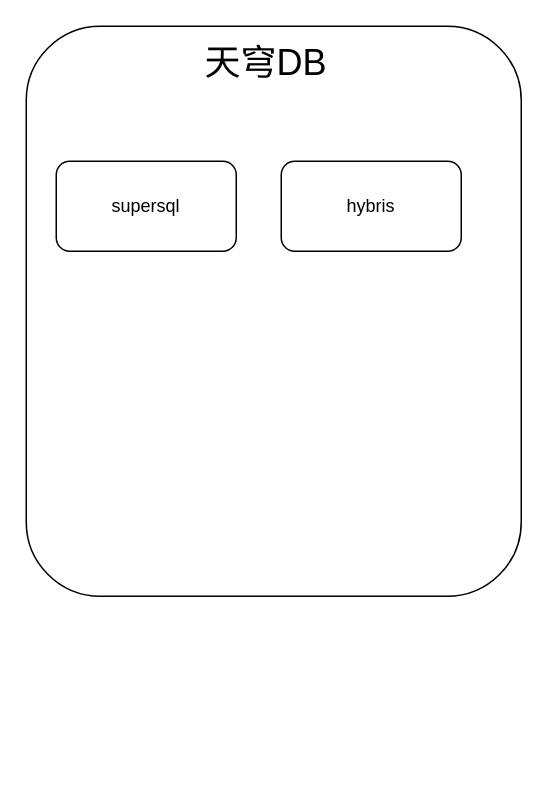
Above: 天穹db.drawio in yuhuali1989/ui (draw.io), before the change. Source tidied: cells renumbered, new cells numbered last; positions are measured from the earlier drawing's top-left corner, leaving out a move shared by most shapes. Both pictures are drawn from the tidied source at 150%, with x=0, y=0 at pixel (26, 26).
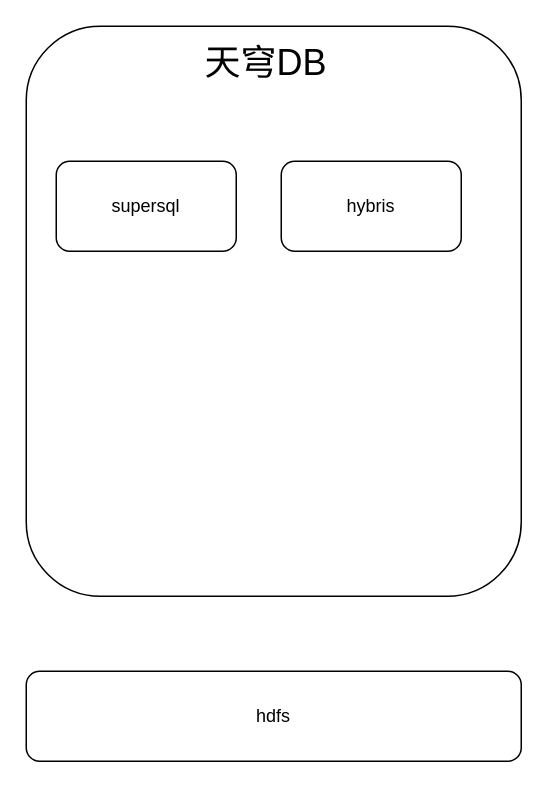
After the change.

Diff of the diagram source:
```diff
@@
 <mxGraphModel>
   <root>
     <mxCell id="0" />
     <mxCell id="1" parent="0" />
     <mxCell id="2" style="rounded=1;whiteSpace=wrap;html=1;align=left;" parent="1" vertex="1">
       <mxGeometry width="330" height="380" as="geometry" />
     </mxCell>
     <mxCell id="3" value="&lt;font style=&quot;font-size: 24px;&quot;&gt;天穹DB&lt;/font&gt;" style="text;html=1;strokeColor=none;fillColor=none;align=center;verticalAlign=middle;whiteSpace=wrap;rounded=0;" parent="1" vertex="1">
       <mxGeometry x="100" width="120" height="50" as="geometry" />
     </mxCell>
     <mxCell id="4" value="hybris" style="rounded=1;whiteSpace=wrap;html=1;" parent="1" vertex="1">
       <mxGeometry x="170" y="90" width="120" height="60" as="geometry" />
     </mxCell>
     <mxCell id="5" value="supersql" style="rounded=1;whiteSpace=wrap;html=1;" parent="1" vertex="1">
       <mxGeometry x="20" y="90" width="120" height="60" as="geometry" />
     </mxCell>
+    <mxCell id="6" value="hdfs" style="rounded=1;whiteSpace=wrap;html=1;" parent="1" vertex="1">
+      <mxGeometry y="430" width="330" height="60" as="geometry" />
+    </mxCell>
   </root>
 </mxGraphModel>
```
